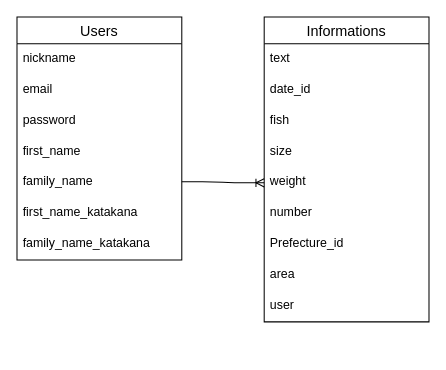
Before: fishing.dio in Yukitaka-PG/fishing, a draw.io diagram. Source tidied: cells renumbered, new cells numbered last; positions are measured from the earlier drawing's top-left corner, leaving out a move shared by most shapes. Both pictures are drawn from the tidied source at 103%, with x=0, y=0 at pixel (16, 16).
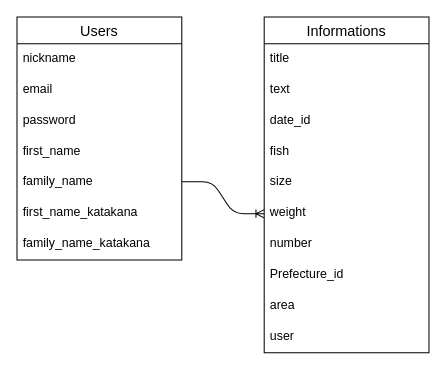
After the change.

Diff of the diagram source:
```diff
@@
     <mxCell id="10" value="Informations" style="swimlane;fontStyle=0;horizontal=1;startSize=26;align=center;fontSize=14;direction=east;" parent="1" vertex="1">
-      <mxGeometry x="240" width="160" height="296" as="geometry" />
+      <mxGeometry x="240" width="160" height="326" as="geometry" />
     </mxCell>
-    <mxCell id="11" value="text" style="text;strokeColor=none;fillColor=none;spacingLeft=4;spacingRight=4;overflow=hidden;fontSize=12;" parent="10" vertex="1">
+    <mxCell id="11" value="title" style="text;strokeColor=none;fillColor=none;spacingLeft=4;spacingRight=4;overflow=hidden;fontSize=12;" parent="10" vertex="1">
       <mxGeometry y="26" width="160" height="30" as="geometry" />
     </mxCell>
+    <mxCell id="21" value="text" style="text;strokeColor=none;fillColor=none;spacingLeft=4;spacingRight=4;overflow=hidden;fontSize=12;" parent="10" vertex="1">
+      <mxGeometry y="56" width="160" height="30" as="geometry" />
+    </mxCell>
     <mxCell id="12" value="date_id" style="text;strokeColor=none;fillColor=none;spacingLeft=4;spacingRight=4;overflow=hidden;fontSize=12;" parent="10" vertex="1">
-      <mxGeometry y="56" width="160" height="30" as="geometry" />
+      <mxGeometry y="86" width="160" height="30" as="geometry" />
     </mxCell>
     <mxCell id="13" value="fish" style="text;strokeColor=none;fillColor=none;spacingLeft=4;spacingRight=4;overflow=hidden;fontSize=12;" parent="10" vertex="1">
-      <mxGeometry y="86" width="160" height="30" as="geometry" />
+      <mxGeometry y="116" width="160" height="30" as="geometry" />
     </mxCell>
     <mxCell id="14" value="size" style="text;strokeColor=none;fillColor=none;spacingLeft=4;spacingRight=4;overflow=hidden;fontSize=12;" parent="10" vertex="1">
-      <mxGeometry y="116" width="160" height="30" as="geometry" />
+      <mxGeometry y="146" width="160" height="30" as="geometry" />
     </mxCell>
     <mxCell id="15" value="weight" style="text;strokeColor=none;fillColor=none;spacingLeft=4;spacingRight=4;overflow=hidden;points=[[0,0.5],[1,0.5]];portConstraint=eastwest;fontSize=12;" parent="10" vertex="1">
-      <mxGeometry y="146" width="160" height="30" as="geometry" />
+      <mxGeometry y="176" width="160" height="30" as="geometry" />
     </mxCell>
     <mxCell id="16" value="number" style="text;strokeColor=none;fillColor=none;spacingLeft=4;spacingRight=4;overflow=hidden;fontSize=12;" parent="10" vertex="1">
-      <mxGeometry y="176" width="160" height="30" as="geometry" />
+      <mxGeometry y="206" width="160" height="30" as="geometry" />
     </mxCell>
     <mxCell id="17" value="Prefecture_id" style="text;strokeColor=none;fillColor=none;spacingLeft=4;spacingRight=4;overflow=hidden;fontSize=12;" parent="10" vertex="1">
-      <mxGeometry y="206" width="160" height="30" as="geometry" />
+      <mxGeometry y="236" width="160" height="30" as="geometry" />
     </mxCell>
     <mxCell id="18" value="area" style="text;strokeColor=none;fillColor=none;spacingLeft=4;spacingRight=4;overflow=hidden;fontSize=12;" parent="10" vertex="1">
-      <mxGeometry y="236" width="160" height="30" as="geometry" />
+      <mxGeometry y="266" width="160" height="30" as="geometry" />
     </mxCell>
     <mxCell id="19" value="user" style="text;strokeColor=none;fillColor=none;spacingLeft=4;spacingRight=4;overflow=hidden;fontSize=12;" parent="10" vertex="1">
-      <mxGeometry y="266" width="160" height="30" as="geometry" />
+      <mxGeometry y="296" width="160" height="30" as="geometry" />
     </mxCell>
```
